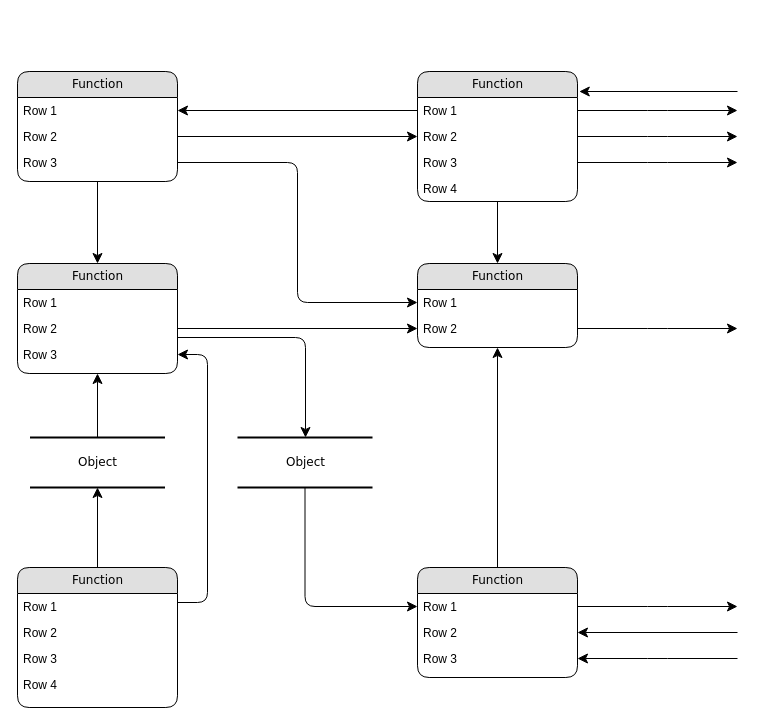
The draw.io diagram 未命名绘图.drawio in wanghuabei/bei, before the edit. Source tidied: cells renumbered, new cells numbered last; positions are measured from the earlier drawing's top-left corner, leaving out a move shared by most shapes. Both pictures are drawn from the tidied source at 100%, with x=0, y=0 at pixel (17, 71).
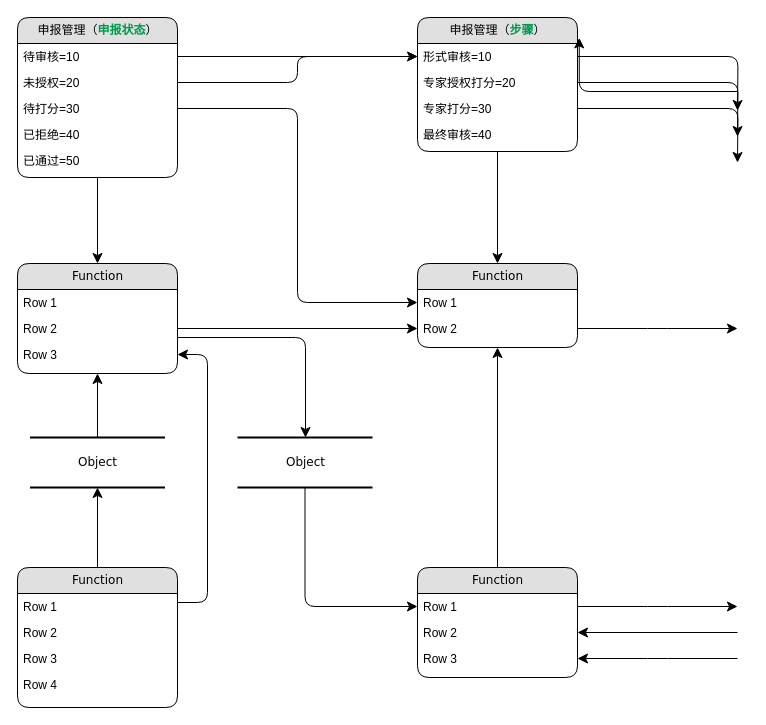
Above is the later version.

Commit message:
更新未命名绘图.drawio

Change to the diagram source:
```diff
@@
-    <mxCell id="3" value="Function" style="swimlane;html=1;fontStyle=0;horizontal=1;startSize=26;fillColor=#e0e0e0;swimlaneFillColor=#ffffff;align=center;rounded=1;shadow=0;comic=0;labelBackgroundColor=none;strokeWidth=1;fontFamily=Verdana;fontSize=12;" parent="1" vertex="1">
-      <mxGeometry width="160" height="110" as="geometry" />
+    <mxCell id="3" value="申报管理（&lt;b&gt;&lt;font color=&quot;#00994d&quot;&gt;申报状态&lt;/font&gt;&lt;/b&gt;）" style="swimlane;html=1;fontStyle=0;horizontal=1;startSize=26;fillColor=#e0e0e0;swimlaneFillColor=#ffffff;align=center;rounded=1;shadow=0;comic=0;labelBackgroundColor=none;strokeWidth=1;fontFamily=Verdana;fontSize=12;" parent="1" vertex="1">
+      <mxGeometry y="-54" width="160" height="160" as="geometry" />
     </mxCell>
-    <mxCell id="4" value="Row 1" style="text;html=1;strokeColor=none;fillColor=none;spacingLeft=4;spacingRight=4;whiteSpace=wrap;overflow=hidden;points=[[0,0.5],[1,0.5]];portConstraint=eastwest;" parent="3" vertex="1">
+    <mxCell id="4" value="待审核=10" style="text;html=1;strokeColor=none;fillColor=none;spacingLeft=4;spacingRight=4;whiteSpace=wrap;overflow=hidden;points=[[0,0.5],[1,0.5]];portConstraint=eastwest;" parent="3" vertex="1">
       <mxGeometry y="26" width="160" height="26" as="geometry" />
     </mxCell>
-    <mxCell id="5" value="Row 2" style="text;html=1;strokeColor=none;fillColor=none;spacingLeft=4;spacingRight=4;whiteSpace=wrap;overflow=hidden;points=[[0,0.5],[1,0.5]];portConstraint=eastwest;" parent="3" vertex="1">
+    <mxCell id="5" value="未授权=20" style="text;html=1;strokeColor=none;fillColor=none;spacingLeft=4;spacingRight=4;whiteSpace=wrap;overflow=hidden;points=[[0,0.5],[1,0.5]];portConstraint=eastwest;" parent="3" vertex="1">
       <mxGeometry y="52" width="160" height="26" as="geometry" />
     </mxCell>
-    <mxCell id="6" value="Row 3" style="text;html=1;strokeColor=none;fillColor=none;spacingLeft=4;spacingRight=4;whiteSpace=wrap;overflow=hidden;points=[[0,0.5],[1,0.5]];portConstraint=eastwest;" parent="3" vertex="1">
+    <mxCell id="6" value="待打分=30" style="text;html=1;strokeColor=none;fillColor=none;spacingLeft=4;spacingRight=4;whiteSpace=wrap;overflow=hidden;points=[[0,0.5],[1,0.5]];portConstraint=eastwest;" parent="3" vertex="1">
       <mxGeometry y="78" width="160" height="26" as="geometry" />
     </mxCell>
+    <mxCell id="49" value="已拒绝=40" style="text;html=1;strokeColor=none;fillColor=none;spacingLeft=4;spacingRight=4;whiteSpace=wrap;overflow=hidden;" parent="3" vertex="1">
+      <mxGeometry y="104" width="160" height="26" as="geometry" />
+    </mxCell>
+    <mxCell id="50" value="已通过=50" style="text;html=1;strokeColor=none;fillColor=none;spacingLeft=4;spacingRight=4;whiteSpace=wrap;overflow=hidden;" parent="3" vertex="1">
+      <mxGeometry y="130" width="160" height="26" as="geometry" />
+    </mxCell>
-    <mxCell id="7" value="Function" style="swimlane;html=1;fontStyle=0;horizontal=1;startSize=26;fillColor=#e0e0e0;swimlaneFillColor=#ffffff;align=center;rounded=1;shadow=0;comic=0;labelBackgroundColor=none;strokeWidth=1;fontFamily=Verdana;fontSize=12;" parent="1" vertex="1">
-      <mxGeometry x="400" width="160" height="130" as="geometry" />
+    <mxCell id="7" value="申报管理（&lt;b&gt;&lt;font color=&quot;#00994d&quot;&gt;步骤&lt;/font&gt;&lt;/b&gt;）" style="swimlane;html=1;fontStyle=0;horizontal=1;startSize=26;fillColor=#e0e0e0;swimlaneFillColor=#ffffff;align=center;rounded=1;shadow=0;comic=0;labelBackgroundColor=none;strokeWidth=1;fontFamily=Verdana;fontSize=12;" parent="1" vertex="1">
+      <mxGeometry x="400" y="-54" width="160" height="134" as="geometry" />
     </mxCell>
-    <mxCell id="8" value="Row 1" style="text;html=1;strokeColor=none;fillColor=none;spacingLeft=4;spacingRight=4;whiteSpace=wrap;overflow=hidden;points=[[0,0.5],[1,0.5]];portConstraint=eastwest;" parent="7" vertex="1">
+    <mxCell id="8" value="形式审核=10" style="text;html=1;strokeColor=none;fillColor=none;spacingLeft=4;spacingRight=4;whiteSpace=wrap;overflow=hidden;points=[[0,0.5],[1,0.5]];portConstraint=eastwest;" parent="7" vertex="1">
       <mxGeometry y="26" width="160" height="26" as="geometry" />
     </mxCell>
-    <mxCell id="9" value="Row 2" style="text;html=1;strokeColor=none;fillColor=none;spacingLeft=4;spacingRight=4;whiteSpace=wrap;overflow=hidden;points=[[0,0.5],[1,0.5]];portConstraint=eastwest;" parent="7" vertex="1">
+    <mxCell id="9" value="专家授权打分=20" style="text;html=1;strokeColor=none;fillColor=none;spacingLeft=4;spacingRight=4;whiteSpace=wrap;overflow=hidden;points=[[0,0.5],[1,0.5]];portConstraint=eastwest;" parent="7" vertex="1">
       <mxGeometry y="52" width="160" height="26" as="geometry" />
     </mxCell>
-    <mxCell id="10" value="Row 3" style="text;html=1;strokeColor=none;fillColor=none;spacingLeft=4;spacingRight=4;whiteSpace=wrap;overflow=hidden;points=[[0,0.5],[1,0.5]];portConstraint=eastwest;" parent="7" vertex="1">
+    <mxCell id="10" value="专家打分=30" style="text;html=1;strokeColor=none;fillColor=none;spacingLeft=4;spacingRight=4;whiteSpace=wrap;overflow=hidden;points=[[0,0.5],[1,0.5]];portConstraint=eastwest;" parent="7" vertex="1">
       <mxGeometry y="78" width="160" height="26" as="geometry" />
     </mxCell>
-    <mxCell id="11" value="Row 4" style="text;html=1;strokeColor=none;fillColor=none;spacingLeft=4;spacingRight=4;whiteSpace=wrap;overflow=hidden;" parent="7" vertex="1">
+    <mxCell id="11" value="最终审核=40" style="text;html=1;strokeColor=none;fillColor=none;spacingLeft=4;spacingRight=4;whiteSpace=wrap;overflow=hidden;" parent="7" vertex="1">
       <mxGeometry y="104" width="160" height="26" as="geometry" />
     </mxCell>
+    <mxCell id="38" style="edgeStyle=orthogonalEdgeStyle;html=1;exitX=0;exitY=0.5;entryX=0;entryY=0.5;labelBackgroundColor=none;startFill=0;startSize=8;endFill=1;endSize=8;fontFamily=Verdana;fontSize=12;entryDx=0;entryDy=0;" parent="7" edge="1" source="8" target="8">
+      <mxGeometry relative="1" as="geometry" />
+    </mxCell>
@@
-    <mxCell id="37" style="edgeStyle=orthogonalEdgeStyle;html=1;entryX=0;entryY=0.5;labelBackgroundColor=none;startFill=0;startSize=8;endFill=1;endSize=8;fontFamily=Verdana;fontSize=12;exitX=1;exitY=0.5;" parent="1" edge="1" source="5" target="9">
+    <mxCell id="37" style="edgeStyle=orthogonalEdgeStyle;html=1;entryX=0;entryY=0.5;labelBackgroundColor=none;startFill=0;startSize=8;endFill=1;endSize=8;fontFamily=Verdana;fontSize=12;exitX=1;exitY=0.5;entryDx=0;entryDy=0;" parent="1" edge="1" source="5" target="8">
       <mxGeometry relative="1" as="geometry" />
     </mxCell>
-    <mxCell id="38" style="edgeStyle=orthogonalEdgeStyle;html=1;exitX=0;exitY=0.5;entryX=1;entryY=0.5;labelBackgroundColor=none;startFill=0;startSize=8;endFill=1;endSize=8;fontFamily=Verdana;fontSize=12;" parent="1" edge="1" source="8" target="4">
-      <mxGeometry relative="1" as="geometry" />
-    </mxCell>
@@
+    <mxCell id="51" style="edgeStyle=orthogonalEdgeStyle;rounded=0;jettySize=auto;html=1;exitX=1;exitY=0.5;exitDx=0;exitDy=0;entryX=0;entryY=0.5;entryDx=0;entryDy=0;" parent="1" edge="1" source="4" target="8">
+      <mxGeometry relative="1" as="geometry" />
+    </mxCell>
```
